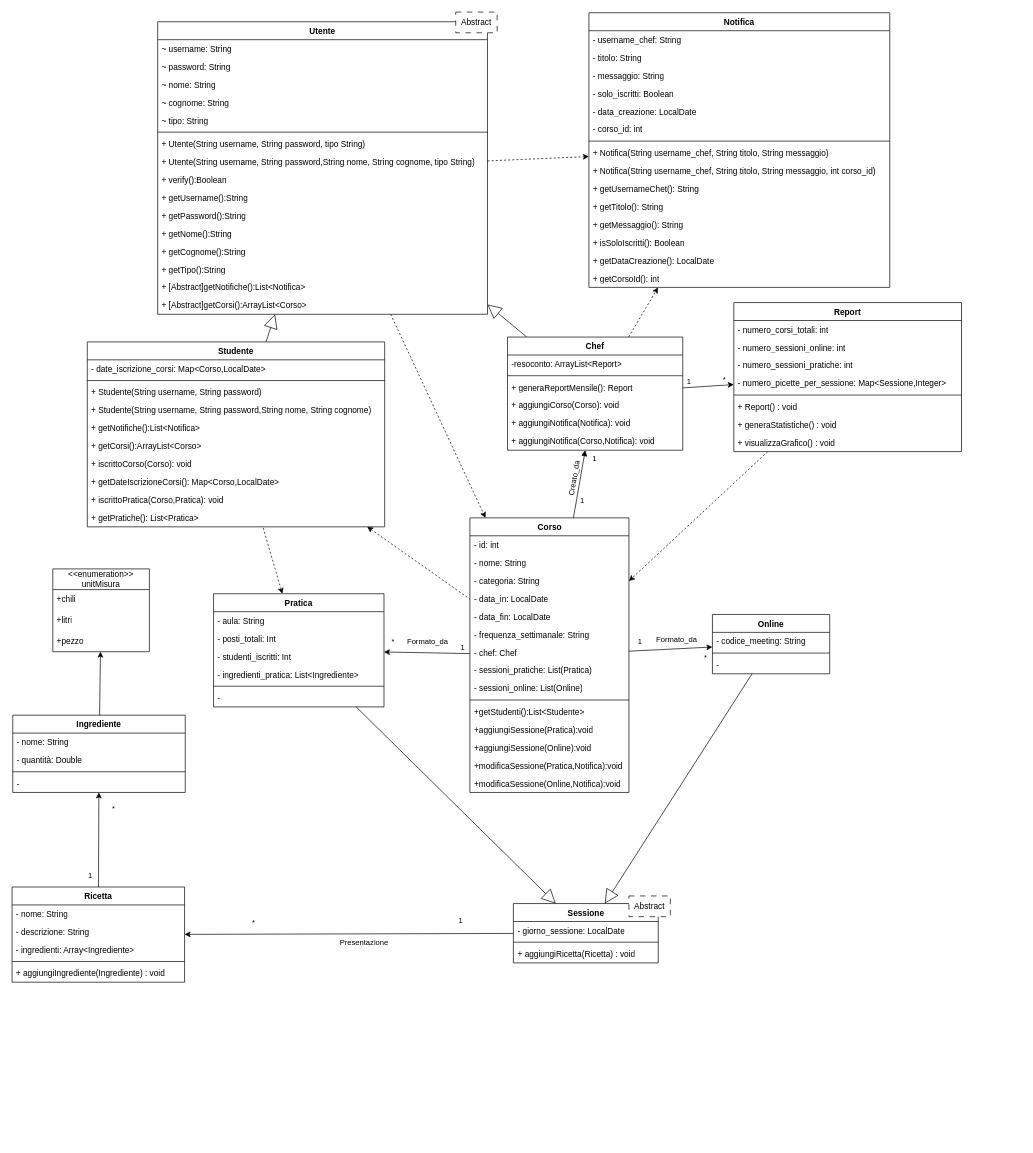
This is page "Model" (2 of 3) of obj/uml/UML1.drawio from MetisWastaken/UninaFoodLab, a draw.io file, before an edit. Source tidied: cells renumbered, new cells numbered last; positions are measured from the earlier drawing's top-left corner, leaving out a move shared by most shapes. Both pictures are drawn from the tidied source at 69%, with x=0, y=0 at pixel (12, 12).
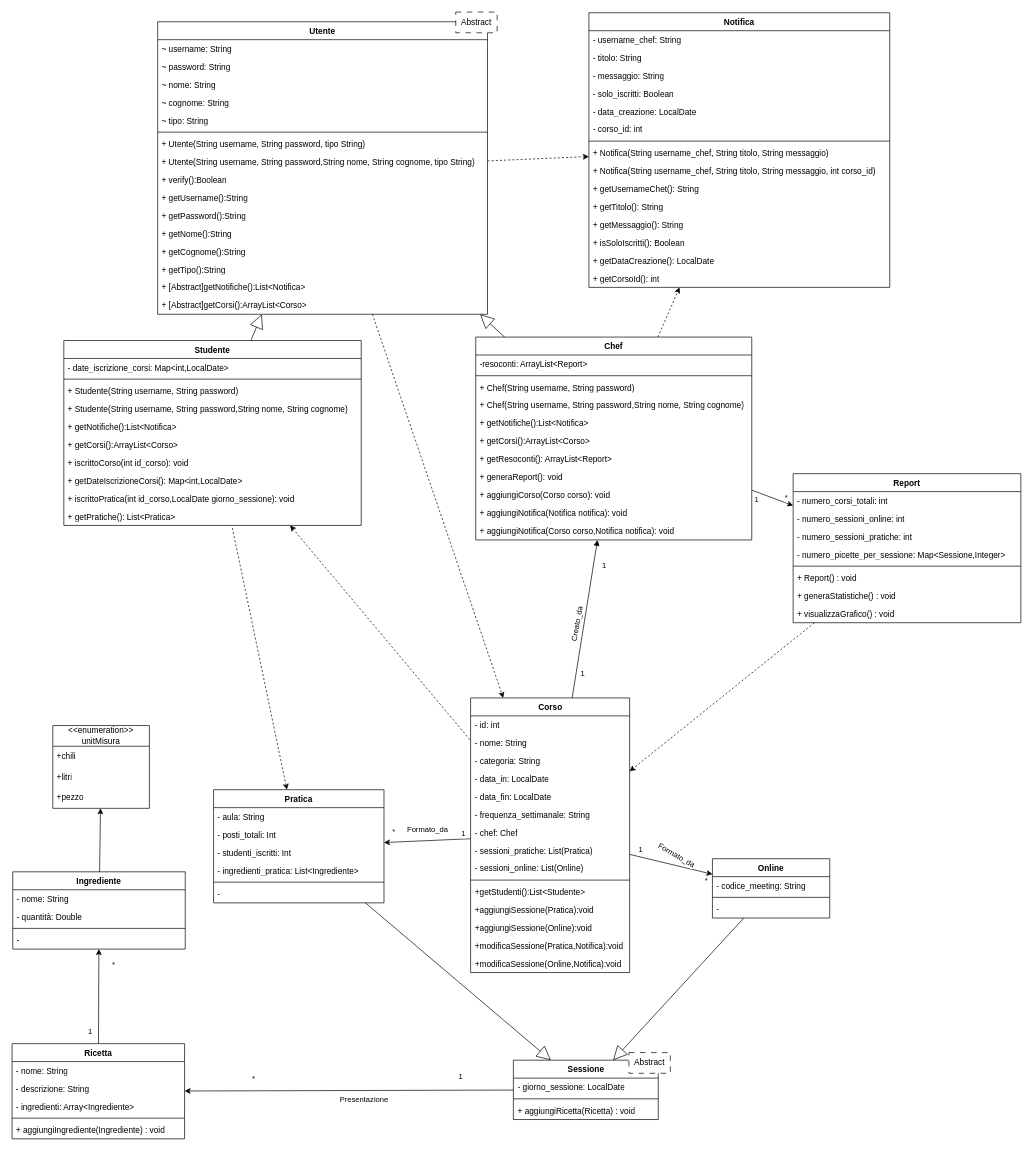
The same diagram, later.

Unchanged cells that the change refers to:
```xml
<mxCell id="54" style="rounded=0;jettySize=auto;html=1;" parent="1" edge="1" source="58" target="113">
  <mxGeometry relative="1" as="geometry" />
</mxCell>
<mxCell id="92" style="edgeStyle=none;shape=connector;rounded=0;jettySize=auto;html=1;strokeColor=default;strokeWidth=1;align=center;verticalAlign=middle;endArrow=block;endFill=1;endSize=6;startArrow=none;startFill=0;" parent="1" edge="1" source="18" target="58">
  <mxGeometry relative="1" as="geometry" />
</mxCell>
<mxCell id="122" style="edgeStyle=none;shape=connector;rounded=0;jettySize=auto;html=1;strokeColor=default;strokeWidth=1;align=center;verticalAlign=middle;endArrow=none;endFill=0;endSize=6;startArrow=classic;startFill=1;" parent="1" edge="1" source="71" target="18">
  <mxGeometry relative="1" as="geometry" />
</mxCell>
```

The edit, as a diff of the source:
```diff
@@
+    <mxCell id="58" value="Chef" style="swimlane;align=center;verticalAlign=top;horizontal=1;startSize=26;whiteSpace=wrap;html=1;" parent="1" vertex="1">
+      <mxGeometry x="672" y="471" width="400" height="294" as="geometry" />
+    </mxCell>
+    <mxCell id="59" value="-resoconti: ArrayList&amp;lt;Report&amp;gt;" style="text;strokeColor=none;fillColor=none;align=left;verticalAlign=top;spacingLeft=4;spacingRight=4;overflow=hidden;whiteSpace=wrap;html=1;" parent="58" vertex="1">
+      <mxGeometry y="26" width="400" height="26" as="geometry" />
+    </mxCell>
+    <mxCell id="60" style="line;strokeWidth=1;fillColor=none;align=left;verticalAlign=middle;spacingTop=-1;spacingLeft=3;spacingRight=3;labelPosition=right;strokeColor=inherit;" parent="58" vertex="1">
+      <mxGeometry y="52" width="400" height="8" as="geometry" />
+    </mxCell>
+    <mxCell id="143" value="+ Chef(String username, String password)" style="text;strokeColor=none;fillColor=none;align=left;verticalAlign=top;spacingLeft=4;spacingRight=4;overflow=hidden;whiteSpace=wrap;html=1;" parent="58" vertex="1">
+      <mxGeometry y="60" width="400" height="26" as="geometry" />
+    </mxCell>
+    <mxCell id="144" value="+ Chef(String username, String password,String nome, String cognome)" style="text;strokeColor=none;fillColor=none;align=left;verticalAlign=top;spacingLeft=4;spacingRight=4;overflow=hidden;whiteSpace=wrap;html=1;" parent="58" vertex="1">
+      <mxGeometry y="86" width="400" height="26" as="geometry" />
+    </mxCell>
+    <mxCell id="145" value="+ getNotifiche():List&amp;lt;Notifica&amp;gt;" style="text;strokeColor=none;fillColor=none;align=left;verticalAlign=top;spacingLeft=4;spacingRight=4;overflow=hidden;whiteSpace=wrap;html=1;" parent="58" vertex="1">
+      <mxGeometry y="112" width="400" height="26" as="geometry" />
+    </mxCell>
+    <mxCell id="146" value="+ getCorsi():ArrayList&amp;lt;Corso&amp;gt;" style="text;strokeColor=none;fillColor=none;align=left;verticalAlign=top;spacingLeft=4;spacingRight=4;overflow=hidden;whiteSpace=wrap;html=1;" parent="58" vertex="1">
+      <mxGeometry y="138" width="400" height="26" as="geometry" />
+    </mxCell>
+    <mxCell id="61" value="+ getResoconti(): ArrayList&amp;lt;Report&amp;gt;" style="text;strokeColor=none;fillColor=none;align=left;verticalAlign=top;spacingLeft=4;spacingRight=4;overflow=hidden;whiteSpace=wrap;html=1;" parent="58" vertex="1">
+      <mxGeometry y="164" width="400" height="26" as="geometry" />
+    </mxCell>
+    <mxCell id="62" value="+ generaReport(): void" style="text;strokeColor=none;fillColor=none;align=left;verticalAlign=top;spacingLeft=4;spacingRight=4;overflow=hidden;whiteSpace=wrap;html=1;" parent="58" vertex="1">
+      <mxGeometry y="190" width="400" height="26" as="geometry" />
+    </mxCell>
+    <mxCell id="147" value="+ aggiungiCorso(Corso corso): void" style="text;strokeColor=none;fillColor=none;align=left;verticalAlign=top;spacingLeft=4;spacingRight=4;overflow=hidden;whiteSpace=wrap;html=1;" parent="58" vertex="1">
+      <mxGeometry y="216" width="400" height="26" as="geometry" />
+    </mxCell>
+    <mxCell id="63" value="+ aggiungiNotifica(Notifica notifica): void" style="text;strokeColor=none;fillColor=none;align=left;verticalAlign=top;spacingLeft=4;spacingRight=4;overflow=hidden;whiteSpace=wrap;html=1;" parent="58" vertex="1">
+      <mxGeometry y="242" width="400" height="26" as="geometry" />
+    </mxCell>
+    <mxCell id="64" value="+ aggiungiNotifica(Corso corso,Notifica notifica): void" style="text;strokeColor=none;fillColor=none;align=left;verticalAlign=top;spacingLeft=4;spacingRight=4;overflow=hidden;whiteSpace=wrap;html=1;" parent="58" vertex="1">
+      <mxGeometry y="268" width="400" height="26" as="geometry" />
+    </mxCell>
     <mxCell id="2" value="Studente" style="swimlane;align=center;verticalAlign=top;horizontal=1;startSize=26;whiteSpace=wrap;html=1;" parent="1" vertex="1">
-      <mxGeometry x="109" y="478" width="431" height="268" as="geometry" />
+      <mxGeometry x="75" y="476" width="431" height="268" as="geometry" />
     </mxCell>
-    <mxCell id="3" value="- date_iscrizione_corsi: Map&amp;lt;Corso,LocalDate&amp;gt;" style="text;strokeColor=none;fillColor=none;align=left;verticalAlign=top;spacingLeft=4;spacingRight=4;overflow=hidden;whiteSpace=wrap;html=1;" parent="2" vertex="1">
+    <mxCell id="3" value="- date_iscrizione_corsi: Map&amp;lt;int,LocalDate&amp;gt;" style="text;strokeColor=none;fillColor=none;align=left;verticalAlign=top;spacingLeft=4;spacingRight=4;overflow=hidden;whiteSpace=wrap;html=1;" parent="2" vertex="1">
       <mxGeometry y="26" width="431" height="26" as="geometry" />
     </mxCell>
@@
-    <mxCell id="9" value="+ iscrittoCorso(Corso): void" style="text;strokeColor=none;fillColor=none;align=left;verticalAlign=top;spacingLeft=4;spacingRight=4;overflow=hidden;whiteSpace=wrap;html=1;" parent="2" vertex="1">
+    <mxCell id="9" value="+ iscrittoCorso(int id_corso): void" style="text;strokeColor=none;fillColor=none;align=left;verticalAlign=top;spacingLeft=4;spacingRight=4;overflow=hidden;whiteSpace=wrap;html=1;" parent="2" vertex="1">
       <mxGeometry y="164" width="431" height="26" as="geometry" />
     </mxCell>
-    <mxCell id="10" value="+ getDateIscrizioneCorsi(): Map&amp;lt;Corso,LocalDate&amp;gt;" style="text;strokeColor=none;fillColor=none;align=left;verticalAlign=top;spacingLeft=4;spacingRight=4;overflow=hidden;whiteSpace=wrap;html=1;" parent="2" vertex="1">
+    <mxCell id="10" value="+ getDateIscrizioneCorsi(): Map&amp;lt;int,LocalDate&amp;gt;" style="text;strokeColor=none;fillColor=none;align=left;verticalAlign=top;spacingLeft=4;spacingRight=4;overflow=hidden;whiteSpace=wrap;html=1;" parent="2" vertex="1">
       <mxGeometry y="190" width="431" height="26" as="geometry" />
     </mxCell>
-    <mxCell id="11" value="+ iscrittoPratica(Corso,Pratica): void" style="text;strokeColor=none;fillColor=none;align=left;verticalAlign=top;spacingLeft=4;spacingRight=4;overflow=hidden;whiteSpace=wrap;html=1;" parent="2" vertex="1">
+    <mxCell id="11" value="+ iscrittoPratica(int id_corso,LocalDate giorno_sessione): void" style="text;strokeColor=none;fillColor=none;align=left;verticalAlign=top;spacingLeft=4;spacingRight=4;overflow=hidden;whiteSpace=wrap;html=1;" parent="2" vertex="1">
       <mxGeometry y="216" width="431" height="26" as="geometry" />
     </mxCell>
@@
     <mxCell id="13" value="Ingrediente" style="swimlane;align=center;verticalAlign=top;horizontal=1;startSize=26;whiteSpace=wrap;html=1;" parent="1" vertex="1">
-      <mxGeometry x="1" y="1019" width="250" height="112" as="geometry" />
+      <mxGeometry x="1" y="1246" width="250" height="112" as="geometry" />
     </mxCell>
@@
     <mxCell id="18" value="Corso" style="swimlane;align=center;verticalAlign=top;horizontal=1;startSize=26;whiteSpace=wrap;html=1;" parent="1" vertex="1">
-      <mxGeometry x="663.5" y="733" width="230.5" height="398" as="geometry" />
+      <mxGeometry x="664.5" y="994" width="230.5" height="398" as="geometry" />
     </mxCell>
@@
     <mxCell id="56" value="1" style="edgeLabel;html=1;align=center;verticalAlign=middle;" parent="54" vertex="1">
       <mxGeometry x="-0.65" relative="1" as="geometry">
-        <mxPoint x="-4" y="-9" as="offset" />
+        <mxPoint x="-4" y="10" as="offset" />
       </mxGeometry>
     </mxCell>
@@
-    <mxCell id="58" value="Chef" style="swimlane;align=center;verticalAlign=top;horizontal=1;startSize=26;whiteSpace=wrap;html=1;" parent="1" vertex="1">
-      <mxGeometry x="718" y="471" width="254" height="164" as="geometry" />
-    </mxCell>
-    <mxCell id="59" value="-resoconto: ArrayList&amp;lt;Report&amp;gt;" style="text;strokeColor=none;fillColor=none;align=left;verticalAlign=top;spacingLeft=4;spacingRight=4;overflow=hidden;whiteSpace=wrap;html=1;" parent="58" vertex="1">
-      <mxGeometry y="26" width="254" height="26" as="geometry" />
-    </mxCell>
-    <mxCell id="60" style="line;strokeWidth=1;fillColor=none;align=left;verticalAlign=middle;spacingTop=-1;spacingLeft=3;spacingRight=3;labelPosition=right;strokeColor=inherit;" parent="58" vertex="1">
-      <mxGeometry y="52" width="254" height="8" as="geometry" />
-    </mxCell>
-    <mxCell id="61" value="+ generaReportMensile(): Report" style="text;strokeColor=none;fillColor=none;align=left;verticalAlign=top;spacingLeft=4;spacingRight=4;overflow=hidden;whiteSpace=wrap;html=1;" parent="58" vertex="1">
-      <mxGeometry y="60" width="254" height="26" as="geometry" />
-    </mxCell>
-    <mxCell id="62" value="+ aggiungiCorso(Corso): void" style="text;strokeColor=none;fillColor=none;align=left;verticalAlign=top;spacingLeft=4;spacingRight=4;overflow=hidden;whiteSpace=wrap;html=1;" parent="58" vertex="1">
-      <mxGeometry y="86" width="254" height="26" as="geometry" />
-    </mxCell>
-    <mxCell id="63" value="+ aggiungiNotifica(Notifica): void" style="text;strokeColor=none;fillColor=none;align=left;verticalAlign=top;spacingLeft=4;spacingRight=4;overflow=hidden;whiteSpace=wrap;html=1;" parent="58" vertex="1">
-      <mxGeometry y="112" width="254" height="26" as="geometry" />
-    </mxCell>
-    <mxCell id="64" value="+ aggiungiNotifica(Corso,Notifica): void" style="text;strokeColor=none;fillColor=none;align=left;verticalAlign=top;spacingLeft=4;spacingRight=4;overflow=hidden;whiteSpace=wrap;html=1;" parent="58" vertex="1">
-      <mxGeometry y="138" width="254" height="26" as="geometry" />
-    </mxCell>
@@
     <mxCell id="66" value="Sessione" style="swimlane;align=center;verticalAlign=top;horizontal=1;startSize=26;whiteSpace=wrap;html=1;" parent="1" vertex="1">
-      <mxGeometry x="726.5" y="1292" width="210" height="86" as="geometry" />
+      <mxGeometry x="726.5" y="1519" width="210" height="86" as="geometry" />
     </mxCell>
@@
     <mxCell id="71" value="Online" style="swimlane;align=center;verticalAlign=top;horizontal=1;startSize=26;whiteSpace=wrap;html=1;" parent="1" vertex="1">
-      <mxGeometry x="1015" y="873" width="170" height="86" as="geometry" />
+      <mxGeometry x="1015" y="1227" width="170" height="86" as="geometry" />
     </mxCell>
@@
     <mxCell id="76" value="Pratica" style="swimlane;align=center;verticalAlign=top;horizontal=1;startSize=26;whiteSpace=wrap;html=1;" parent="1" vertex="1">
-      <mxGeometry x="292" y="843" width="247" height="164" as="geometry" />
+      <mxGeometry x="292" y="1127" width="247" height="164" as="geometry" />
     </mxCell>
@@
     <mxCell id="86" value="Ricetta" style="swimlane;align=center;verticalAlign=top;horizontal=1;startSize=26;whiteSpace=wrap;html=1;" parent="1" vertex="1">
-      <mxGeometry y="1268" width="250" height="138" as="geometry" />
+      <mxGeometry y="1495" width="250" height="138" as="geometry" />
     </mxCell>
@@
     <mxCell id="93" value="Creato_da" style="edgeLabel;html=1;align=center;verticalAlign=middle;rotation=-80;" parent="92" vertex="1">
       <mxGeometry x="-0.14" y="-2" relative="1" as="geometry">
-        <mxPoint x="-9" y="-15" as="offset" />
+        <mxPoint x="-11" y="-8" as="offset" />
       </mxGeometry>
     </mxCell>
@@
     <mxCell id="95" value="1" style="edgeLabel;html=1;align=center;verticalAlign=middle;" parent="92" vertex="1">
       <mxGeometry x="-0.67" y="-1" relative="1" as="geometry">
-        <mxPoint x="8" y="-10" as="offset" />
+        <mxPoint x="8" y="2" as="offset" />
       </mxGeometry>
     </mxCell>
@@
     <mxCell id="105" value="&amp;lt;&amp;lt;enumeration&amp;gt;&amp;gt;&lt;div&gt;unitMisura&lt;/div&gt;" style="swimlane;fontStyle=0;horizontal=1;startSize=30;whiteSpace=wrap;html=1;" parent="1" vertex="1">
-      <mxGeometry x="59" y="807" width="140" height="120" as="geometry" />
+      <mxGeometry x="59" y="1034" width="140" height="120" as="geometry" />
     </mxCell>
@@
     <mxCell id="113" value="Report" style="swimlane;align=center;verticalAlign=top;horizontal=1;startSize=26;whiteSpace=wrap;html=1;" parent="1" vertex="1">
-      <mxGeometry x="1046" y="421" width="330" height="216" as="geometry" />
+      <mxGeometry x="1132" y="669" width="330" height="216" as="geometry" />
     </mxCell>
@@
-    <mxCell id="125" value="Formato_da" style="edgeLabel;html=1;align=center;verticalAlign=middle;rotation=0;" parent="122" vertex="1">
+    <mxCell id="125" value="Formato_da" style="edgeLabel;html=1;align=center;verticalAlign=middle;rotation=30;" parent="122" vertex="1">
       <mxGeometry x="-0.01" y="-1" relative="1" as="geometry">
         <mxPoint x="7" y="-13" as="offset" />
       </mxGeometry>
     </mxCell>
     <mxCell id="126" value="Abstract" style="text;html=1;align=center;verticalAlign=middle;whiteSpace=wrap;rounded=0;strokeColor=default;dashed=1;dashPattern=8 8;fillColor=default;" parent="1" vertex="1">
-      <mxGeometry x="894" y="1281" width="60" height="30" as="geometry" />
+      <mxGeometry x="894" y="1508" width="60" height="30" as="geometry" />
     </mxCell>
```
